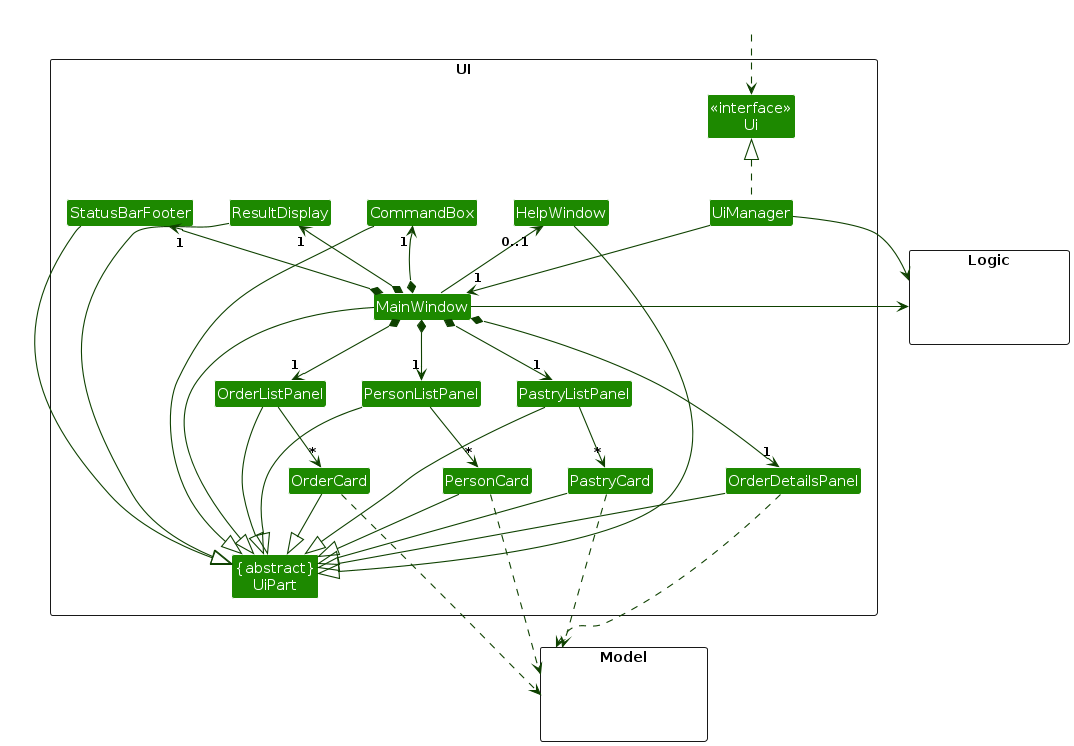
The PlantUML diagram diagrams/UiClassDiagram.png in AY2425S2-CS2103T-F13-2/tp, before a commit. Its source is kept beside it as diagrams/UiClassDiagram.puml. Its diagram source:
```plantuml
@startuml
!include style.puml
skinparam arrowThickness 1.1
skinparam arrowColor UI_COLOR_T4
skinparam classBackgroundColor UI_COLOR

package UI <<Rectangle>>{
    Class "<<interface>>\nUi" as Ui
    Class "{abstract}\nUiPart" as UiPart
    Class UiManager
    Class MainWindow
    Class HelpWindow
    Class ResultDisplay
    Class PersonListPanel
    Class PastryListPanel
    Class OrderListPanel
    Class OrderDetailsPanel
    Class PersonCard
    Class PastryCard
    Class OrderCard
    Class StatusBarFooter
    Class CommandBox
}

package Model <<Rectangle>> {
    Class HiddenModel #FFFFFF
}

package Logic <<Rectangle>> {
    Class HiddenLogic #FFFFFF
}

Class HiddenOutside #FFFFFF
HiddenOutside ..> Ui

UiManager .up.|> Ui
UiManager -down-> "1" MainWindow

MainWindow *-up->  "1" CommandBox
MainWindow -up-> "0..1" HelpWindow
MainWindow *-up-> "1" ResultDisplay
MainWindow *-up-> "1" StatusBarFooter
MainWindow *-down-> "1" PersonListPanel
MainWindow *-down-> "1" PastryListPanel
MainWindow *-down-> "1" OrderListPanel
MainWindow *-down-> "1" OrderDetailsPanel

PersonListPanel -down-> "*" PersonCard
PastryListPanel -down-> "*" PastryCard
OrderListPanel -down-> "*" OrderCard

MainWindow -left-|> UiPart
ResultDisplay -d-|> UiPart
CommandBox -d-|> UiPart
PersonListPanel -d-|> UiPart
PersonCard -d-|> UiPart
PastryCard -d-|> UiPart
StatusBarFooter -d-|> UiPart
HelpWindow -d-|> UiPart
OrderListPanel -d-|> UiPart
OrderCard -d-|> UiPart
OrderDetailsPanel -d-|> UiPart
PastryListPanel -d-|> UiPart

PersonCard ...> Model
PastryCard ..> Model
OrderCard ..> Model
OrderDetailsPanel ..> Model
UiManager -right-> Logic
MainWindow -right-> Logic

PersonListPanel -[hidden]left- PastryListPanel
PastryListPanel -[hidden]left- OrderListPanel

PersonCard -[hidden]left- PastryCard
PastryCard -[hidden]left- OrderCard
OrderCard -[hidden]left- OrderDetailsPanel

MainWindow -[hidden]left- CommandBox
CommandBox -[hidden]right- StatusBarFooter
StatusBarFooter -[hidden]right- ResultDisplay
ResultDisplay -[hidden]right- HelpWindow

@enduml
```
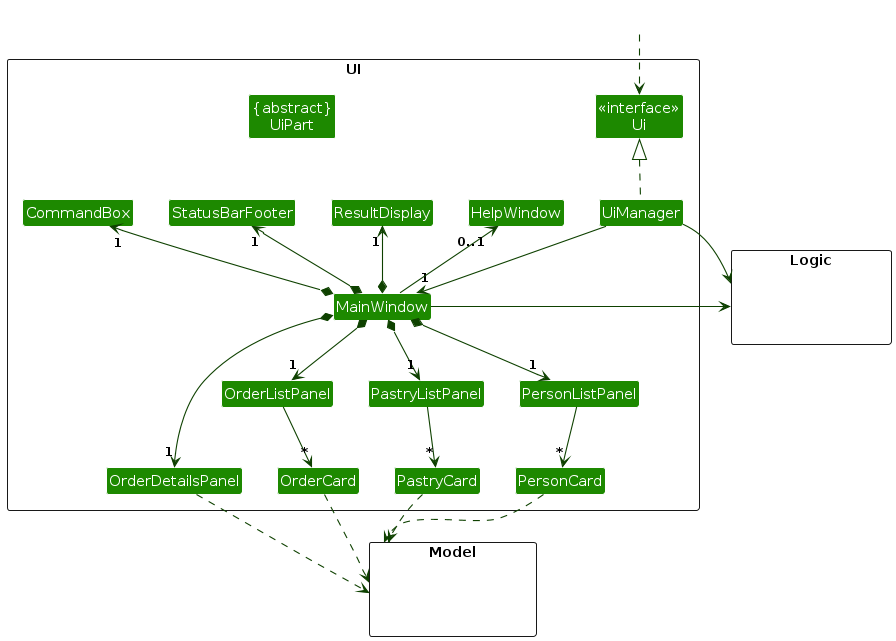
After the change.

The edit, as a diff of the source:
```diff
@@ -49,24 +49,11 @@
 PastryListPanel -down-> "*" PastryCard
 OrderListPanel -down-> "*" OrderCard
 
-MainWindow -left-|> UiPart
-ResultDisplay -d-|> UiPart
-CommandBox -d-|> UiPart
-PersonListPanel -d-|> UiPart
-PersonCard -d-|> UiPart
-PastryCard -d-|> UiPart
-StatusBarFooter -d-|> UiPart
-HelpWindow -d-|> UiPart
-OrderListPanel -d-|> UiPart
-OrderCard -d-|> UiPart
-OrderDetailsPanel -d-|> UiPart
-PastryListPanel -d-|> UiPart
-
-PersonCard ...> Model
-PastryCard ..> Model
-OrderCard ..> Model
-OrderDetailsPanel ..> Model
-UiManager -right-> Logic
+PersonCard ..> Model
+PastryCard .> Model
+OrderCard .> Model
+OrderDetailsPanel .> Model
+UiManager -down-> Logic
 MainWindow -right-> Logic
 
 PersonListPanel -[hidden]left- PastryListPanel
```
